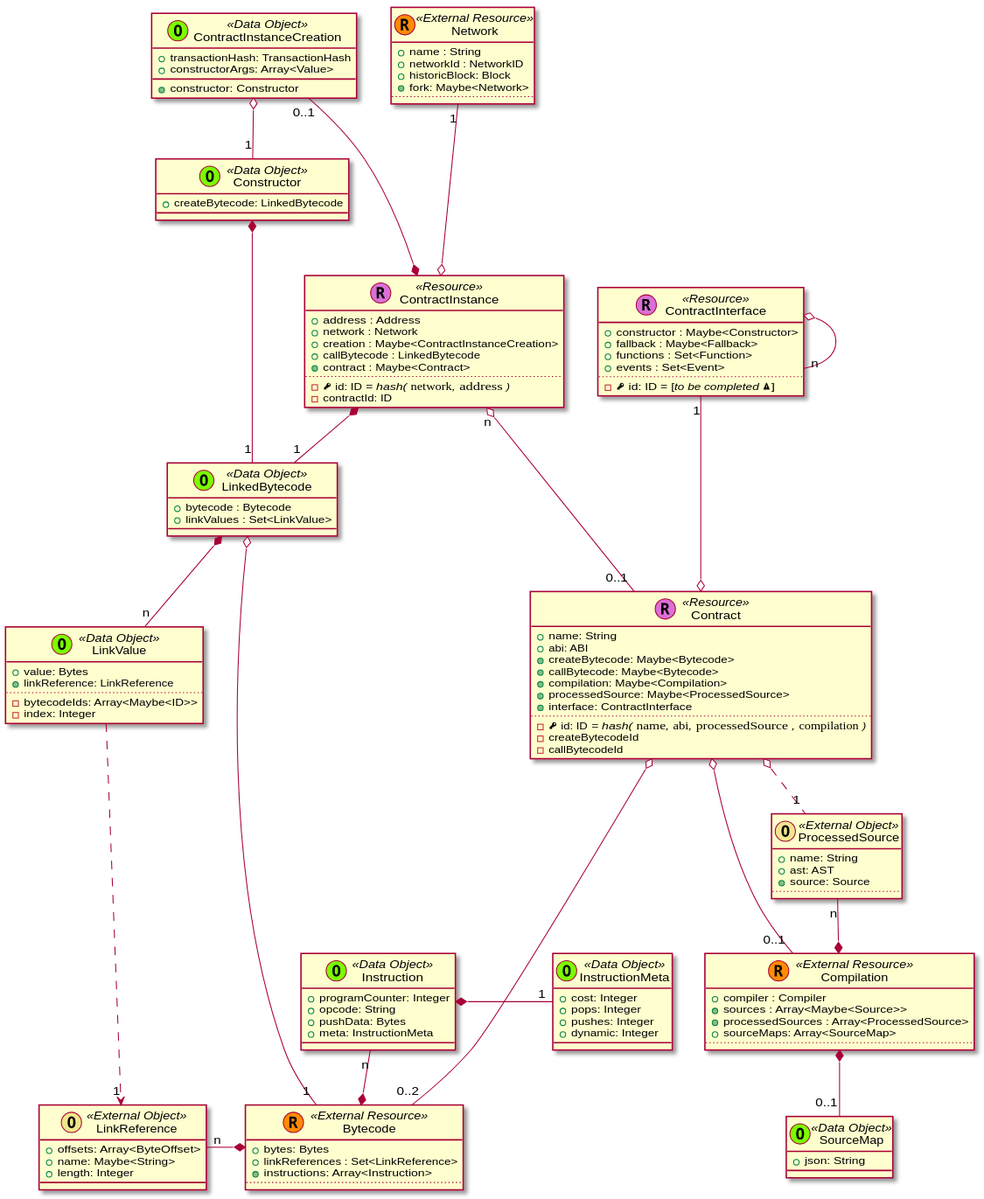
Before: contrib/trufflesuite/processed-sources/_images/plantuml-b649dcaa87930366a2aff63a4e0f58b9bcdcd1de.svg, a diagram exported from PlantUML (trufflesuite/artifact-updates).
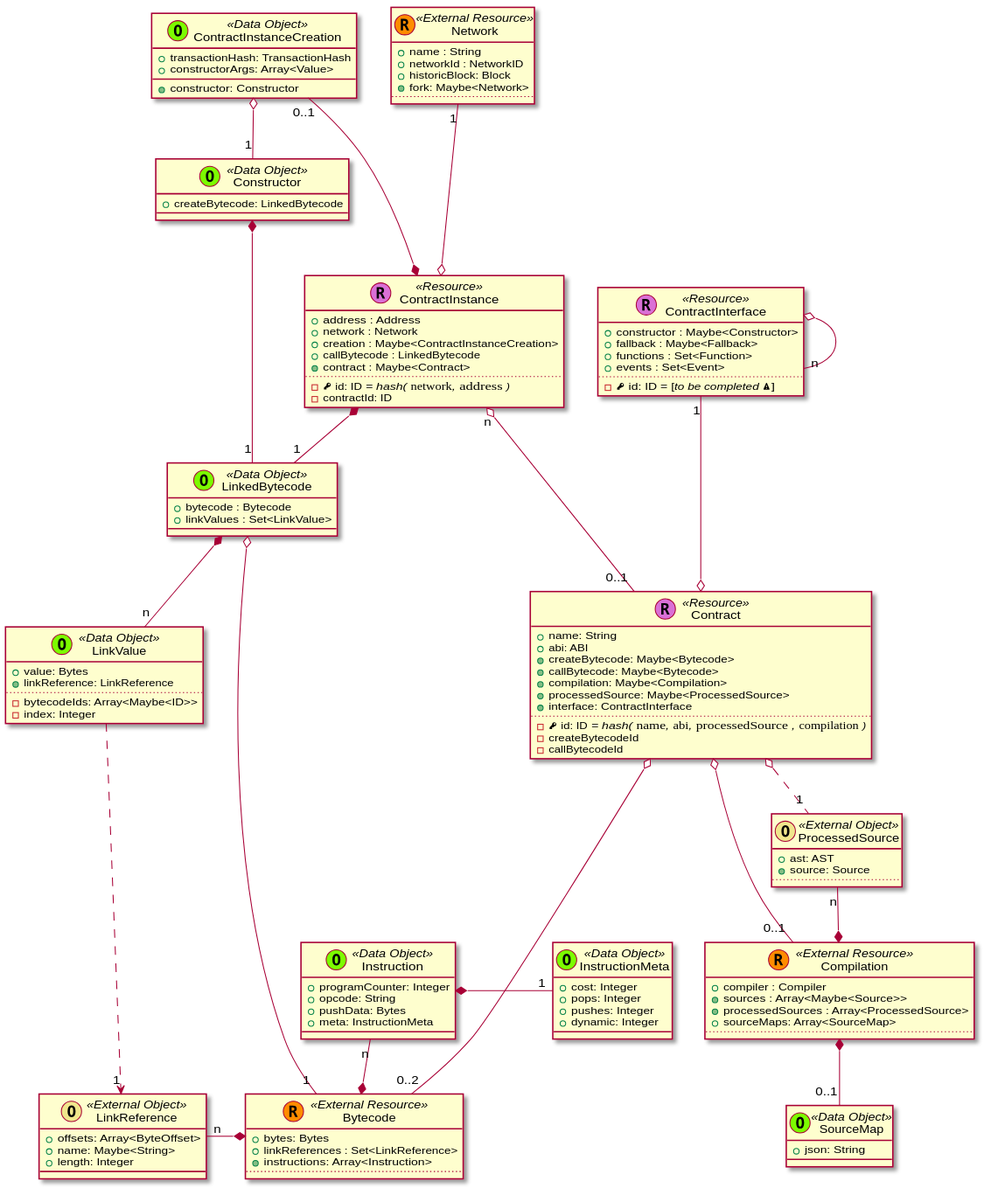
The same file after the commit.

Change to the diagram source:
```diff
@@ -143,7 +143,6 @@
 
 
     class ProcessedSource << (O,khaki) External Object >> {
-      + name: String
       + ast: AST
       + {method} source: Source
       ..
```
